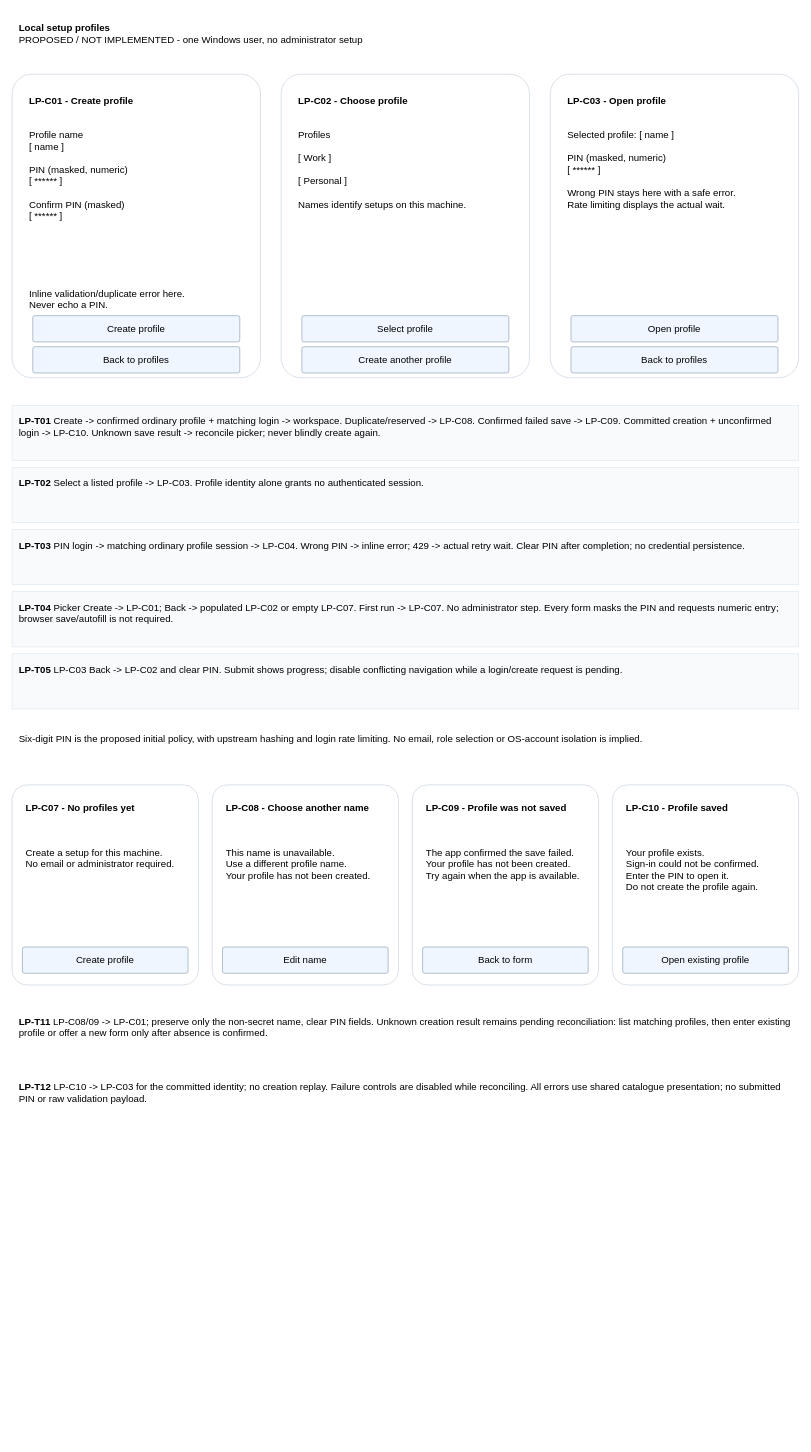
Above: page "Create and enter a local profile" (1 of 2) of projects/laomedo/subsystems/agent-execution/design/local-profiles.drawio in amadou-6e/specs (draw.io), before the change. Source tidied: cells renumbered, new cells numbered last; positions are measured from the earlier drawing's top-left corner, leaving out a move shared by most shapes. Both pictures are drawn from the tidied source at 69%, with x=0, y=0 at pixel (12, 12).
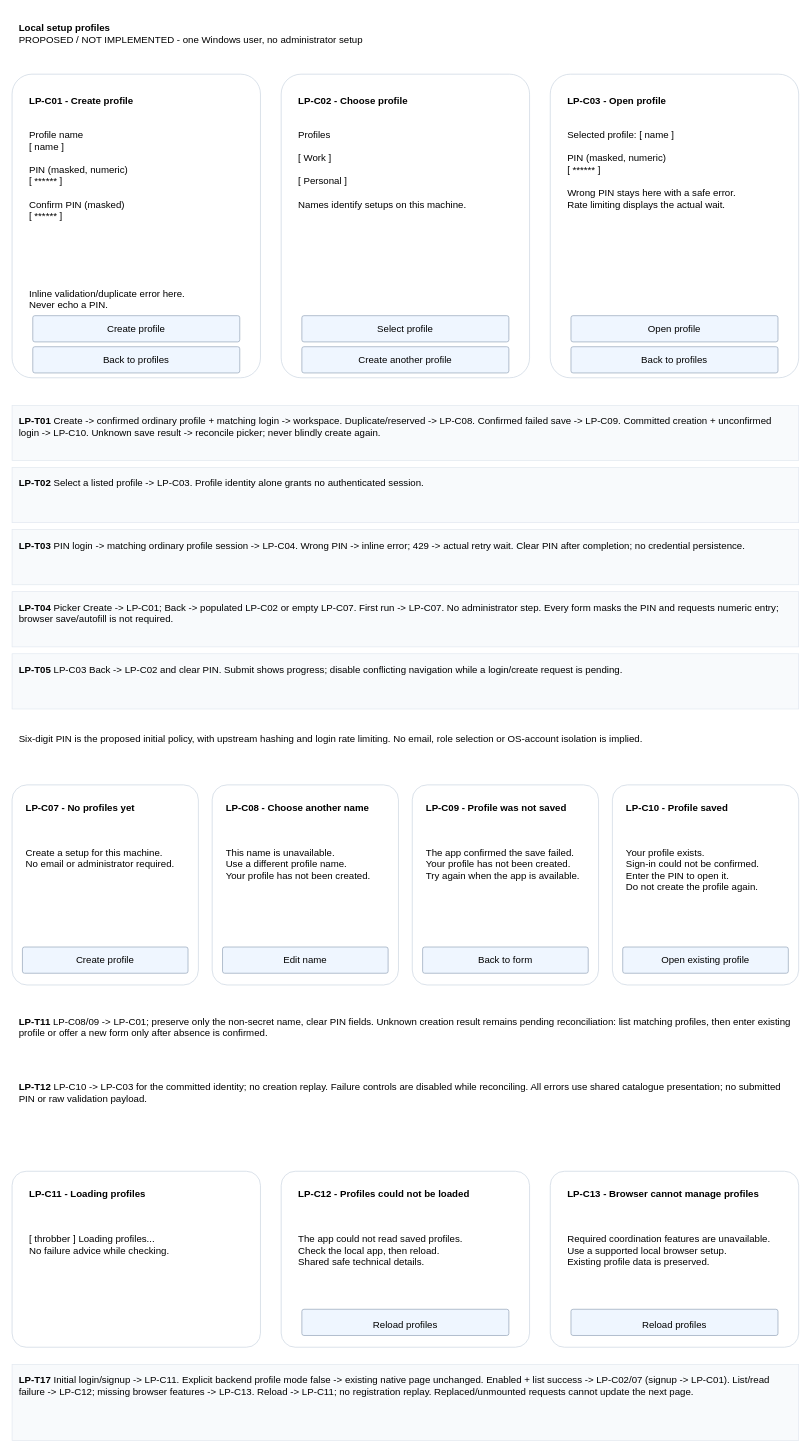
The same page after the edit.

Commit message (it also covers changes not shown here):
Specify profile entry availability and dismiss controls

Diff of the diagram source:
```diff
@@
+    <mxCell id="43" style="whiteSpace=wrap;html=1;fontFamily=Arial;fontSize=14;align=left;verticalAlign=top;spacing=10;rounded=1;arcSize=8;fillColor=#FFFFFF;strokeColor=#CBD5E1;" parent="1" vertex="1">
+      <mxGeometry y="1680" width="360" height="255" as="geometry" />
+    </mxCell>
+    <mxCell id="44" value="&lt;b&gt;LP-C11 - Loading profiles&lt;/b&gt;" style="whiteSpace=wrap;html=1;fontFamily=Arial;fontSize=14;align=left;verticalAlign=top;spacing=10;fillColor=none;strokeColor=none;" parent="1" vertex="1">
+      <mxGeometry x="15" y="1690" width="330" height="65" as="geometry" />
+    </mxCell>
+    <mxCell id="45" value="[ throbber ] Loading profiles...&lt;br&gt;No failure advice while checking." style="whiteSpace=wrap;html=1;fontFamily=Arial;fontSize=14;align=left;verticalAlign=top;spacing=10;fillColor=none;strokeColor=none;" parent="1" vertex="1">
+      <mxGeometry x="15" y="1755" width="330" height="110" as="geometry" />
+    </mxCell>
+    <mxCell id="46" style="whiteSpace=wrap;html=1;fontFamily=Arial;fontSize=14;align=left;verticalAlign=top;spacing=10;rounded=1;arcSize=8;fillColor=#FFFFFF;strokeColor=#CBD5E1;" parent="1" vertex="1">
+      <mxGeometry x="390" y="1680" width="360" height="255" as="geometry" />
+    </mxCell>
+    <mxCell id="47" value="&lt;b&gt;LP-C12 - Profiles could not be loaded&lt;/b&gt;" style="whiteSpace=wrap;html=1;fontFamily=Arial;fontSize=14;align=left;verticalAlign=top;spacing=10;fillColor=none;strokeColor=none;" parent="1" vertex="1">
+      <mxGeometry x="405" y="1690" width="330" height="65" as="geometry" />
+    </mxCell>
+    <mxCell id="48" value="The app could not read saved profiles.&lt;br&gt;Check the local app, then reload.&lt;br&gt;Shared safe technical details." style="whiteSpace=wrap;html=1;fontFamily=Arial;fontSize=14;align=left;verticalAlign=top;spacing=10;fillColor=none;strokeColor=none;" parent="1" vertex="1">
+      <mxGeometry x="405" y="1755" width="330" height="110" as="geometry" />
+    </mxCell>
+    <mxCell id="49" value="Reload profiles" style="whiteSpace=wrap;html=1;fontFamily=Arial;fontSize=14;align=left;verticalAlign=top;spacing=10;rounded=1;arcSize=8;align=center;fillColor=#EFF6FF;strokeColor=#94A3B8;" parent="1" vertex="1">
+      <mxGeometry x="420" y="1880" width="300" height="38" as="geometry" />
+    </mxCell>
+    <mxCell id="50" style="whiteSpace=wrap;html=1;fontFamily=Arial;fontSize=14;align=left;verticalAlign=top;spacing=10;rounded=1;arcSize=8;fillColor=#FFFFFF;strokeColor=#CBD5E1;" parent="1" vertex="1">
+      <mxGeometry x="780" y="1680" width="360" height="255" as="geometry" />
+    </mxCell>
+    <mxCell id="51" value="&lt;b&gt;LP-C13 - Browser cannot manage profiles&lt;/b&gt;" style="whiteSpace=wrap;html=1;fontFamily=Arial;fontSize=14;align=left;verticalAlign=top;spacing=10;fillColor=none;strokeColor=none;" parent="1" vertex="1">
+      <mxGeometry x="795" y="1690" width="330" height="65" as="geometry" />
+    </mxCell>
+    <mxCell id="52" value="Required coordination features are unavailable.&lt;br&gt;Use a supported local browser setup.&lt;br&gt;Existing profile data is preserved." style="whiteSpace=wrap;html=1;fontFamily=Arial;fontSize=14;align=left;verticalAlign=top;spacing=10;fillColor=none;strokeColor=none;" parent="1" vertex="1">
+      <mxGeometry x="795" y="1755" width="330" height="110" as="geometry" />
+    </mxCell>
+    <mxCell id="53" value="Reload profiles" style="whiteSpace=wrap;html=1;fontFamily=Arial;fontSize=14;align=left;verticalAlign=top;spacing=10;rounded=1;arcSize=8;align=center;fillColor=#EFF6FF;strokeColor=#94A3B8;" parent="1" vertex="1">
+      <mxGeometry x="810" y="1880" width="300" height="38" as="geometry" />
+    </mxCell>
+    <mxCell id="54" value="&lt;b&gt;LP-T17&lt;/b&gt; Initial login/signup -&gt; LP-C11. Explicit backend profile mode false -&gt; existing native page unchanged. Enabled + list success -&gt; LP-C02/07 (signup -&gt; LP-C01). List/read failure -&gt; LP-C12; missing browser features -&gt; LP-C13. Reload -&gt; LP-C11; no registration replay. Replaced/unmounted requests cannot update the next page." style="whiteSpace=wrap;html=1;fontFamily=Arial;fontSize=14;align=left;verticalAlign=top;spacing=10;fillColor=#F8FAFC;strokeColor=#E2E8F0;" parent="1" vertex="1">
+      <mxGeometry y="1960" width="1140" height="110" as="geometry" />
+    </mxCell>
```
